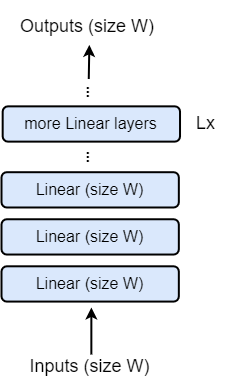
Earlier version of the draw.io export assets/GPT-lite-cpp/benchmark_model.png (brunomaga/brunomaga.github.io). Source tidied: cells renumbered, new cells last; positions are measured from the earlier drawing's top-left corner, leaving out a move shared by most shapes. Source of this version:
```xml
<mxGraphModel>
  <root>
    <mxCell id="0" />
    <mxCell id="1" parent="0" />
    <mxCell id="2" style="group;fontSize=16;" parent="1" vertex="1">
      <mxGeometry width="240" height="386" as="geometry" />
    </mxCell>
    <mxCell id="3" value="Linear (size W)" style="rounded=1;whiteSpace=wrap;html=1;fillColor=#dae8fc;strokeColor=#000000;strokeWidth=2;fontSize=16;" parent="2" vertex="1">
      <mxGeometry y="218.8" width="177.3" height="35.3" as="geometry" />
    </mxCell>
    <mxCell id="4" value="Inputs (size W)" style="text;html=1;strokeColor=none;fillColor=none;align=center;verticalAlign=middle;whiteSpace=wrap;rounded=0;fontSize=18;" parent="2" vertex="1">
      <mxGeometry x="19" y="346.9" width="139.3" height="39" as="geometry" />
    </mxCell>
    <mxCell id="5" style="endArrow=classic;html=1;rounded=0;strokeWidth=2;fontSize=16;" parent="2" edge="1">
      <mxGeometry relative="1" as="geometry">
        <mxPoint x="89.9" y="354" as="sourcePoint" />
        <mxPoint x="89.9" y="307" as="targetPoint" />
      </mxGeometry>
    </mxCell>
    <mxCell id="6" value="Linear (size W)" style="rounded=1;whiteSpace=wrap;html=1;fillColor=#dae8fc;strokeColor=#000000;strokeWidth=2;fontSize=16;" parent="2" vertex="1">
      <mxGeometry y="265.8" width="177.3" height="35.3" as="geometry" />
    </mxCell>
    <mxCell id="7" value="Linear (size W)" style="rounded=1;whiteSpace=wrap;html=1;fillColor=#dae8fc;strokeColor=#000000;strokeWidth=2;fontSize=16;" parent="2" vertex="1">
      <mxGeometry y="171.7" width="177.3" height="35.3" as="geometry" />
    </mxCell>
    <mxCell id="8" value="Outputs (size W)" style="text;html=1;strokeColor=none;fillColor=none;align=center;verticalAlign=middle;whiteSpace=wrap;rounded=0;fontSize=18;" parent="2" vertex="1">
      <mxGeometry x="1.5" y="8.5" width="167.5" height="35.3" as="geometry" />
    </mxCell>
    <mxCell id="9" style="endArrow=classic;html=1;rounded=0;strokeWidth=2;fontSize=16;" parent="2" edge="1">
      <mxGeometry relative="1" as="geometry">
        <mxPoint x="87.3" y="78.5" as="sourcePoint" />
        <mxPoint x="87.9" y="44.4" as="targetPoint" />
      </mxGeometry>
    </mxCell>
    <mxCell id="10" value="&lt;font style=&quot;font-size: 16px;&quot;&gt;&lt;b style=&quot;font-size: 16px;&quot;&gt;...&lt;/b&gt;&lt;/font&gt;" style="text;html=1;strokeColor=none;fillColor=none;align=center;verticalAlign=middle;whiteSpace=wrap;rounded=0;fontSize=16;rotation=-90;" parent="2" vertex="1">
      <mxGeometry x="47.3" y="138.8" width="70.9" height="35.3" as="geometry" />
    </mxCell>
    <mxCell id="11" value="more Linear layers" style="rounded=1;whiteSpace=wrap;html=1;fillColor=#dae8fc;strokeColor=#000000;strokeWidth=2;fontSize=16;" parent="2" vertex="1">
      <mxGeometry x="1.2" y="105.8" width="177.3" height="35.3" as="geometry" />
    </mxCell>
    <mxCell id="12" value="&lt;font style=&quot;font-size: 16px;&quot;&gt;&lt;b style=&quot;font-size: 16px;&quot;&gt;...&lt;/b&gt;&lt;/font&gt;" style="text;html=1;strokeColor=none;fillColor=none;align=center;verticalAlign=middle;whiteSpace=wrap;rounded=0;fontSize=16;rotation=-90;" parent="2" vertex="1">
      <mxGeometry x="47.3" y="73.7" width="70.9" height="35.3" as="geometry" />
    </mxCell>
    <mxCell id="13" value="Lx" style="text;html=1;strokeColor=none;fillColor=none;align=center;verticalAlign=top;whiteSpace=wrap;rounded=0;fontSize=18;" parent="2" vertex="1">
      <mxGeometry x="169.1" y="105.8" width="70.9" height="35.3" as="geometry" />
    </mxCell>
  </root>
</mxGraphModel>
```
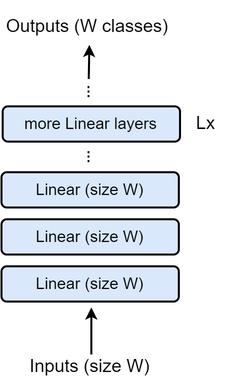
The same diagram one commit later.

The edit, as a diff of the source:
```diff
@@ -23,7 +23,7 @@
     <mxCell id="7" value="Linear (size W)" style="rounded=1;whiteSpace=wrap;html=1;fillColor=#dae8fc;strokeColor=#000000;strokeWidth=2;fontSize=16;" parent="2" vertex="1">
       <mxGeometry y="171.7" width="177.3" height="35.3" as="geometry" />
     </mxCell>
-    <mxCell id="8" value="Outputs (size W)" style="text;html=1;strokeColor=none;fillColor=none;align=center;verticalAlign=middle;whiteSpace=wrap;rounded=0;fontSize=18;" parent="2" vertex="1">
+    <mxCell id="8" value="Outputs (W classes)" style="text;html=1;strokeColor=none;fillColor=none;align=center;verticalAlign=middle;whiteSpace=wrap;rounded=0;fontSize=18;" parent="2" vertex="1">
       <mxGeometry x="1.5" y="8.5" width="167.5" height="35.3" as="geometry" />
     </mxCell>
     <mxCell id="9" style="endArrow=classic;html=1;rounded=0;strokeWidth=2;fontSize=16;" parent="2" edge="1">
```
